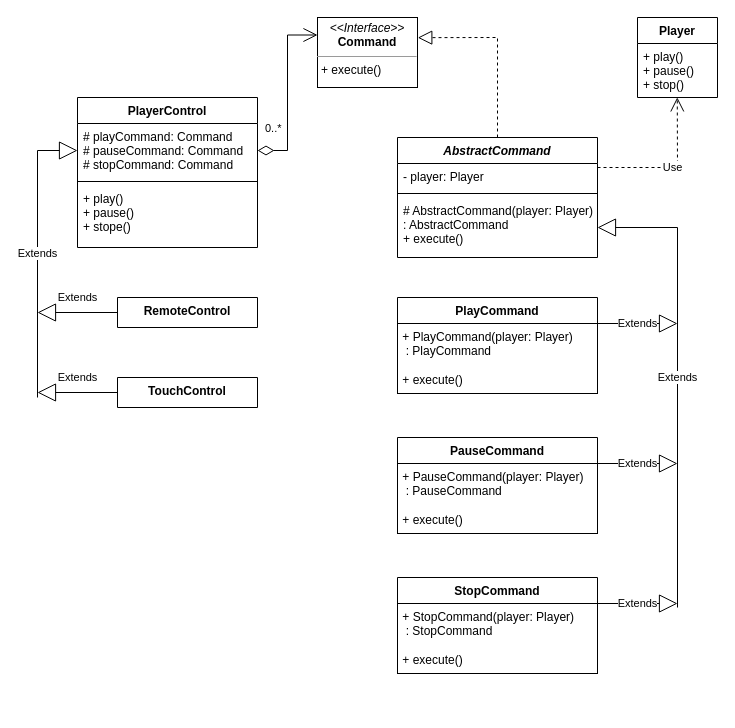
This is src/behavioral/command/command.drawio from SichniyAndriy/Avada_Task-5_Patterns, a draw.io file, before an edit. Source tidied: cells renumbered, new cells numbered last; positions are measured from the earlier drawing's top-left corner, leaving out a move shared by most shapes. Both pictures are drawn from the tidied source at 100%, with x=0, y=0 at pixel (37, 17).
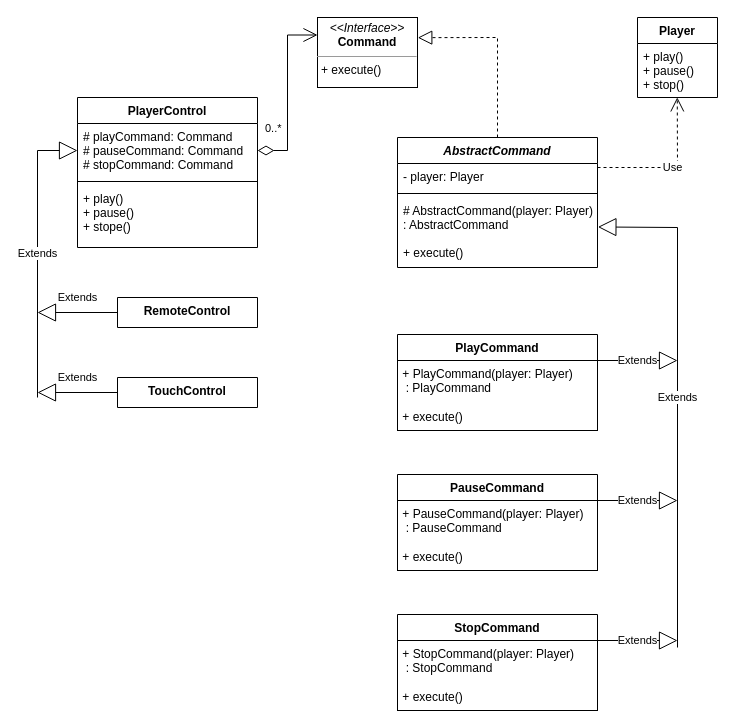
Above is the later version.

Commit message (it also covers changes not shown here):
add client's code in main

Diff of the diagram source:
```diff
@@
     <mxCell id="9" value="AbstractCommand" style="swimlane;fontStyle=3;align=center;verticalAlign=top;horizontal=1;startSize=26;" parent="1" vertex="1">
-      <mxGeometry x="360" y="120" width="200" height="120" as="geometry" />
+      <mxGeometry x="360" y="120" width="200" height="130" as="geometry" />
     </mxCell>
@@
-    <mxCell id="12" value="# AbstractCommand(player: Player) &#10;: AbstractCommand&#10;+ execute()" style="text;strokeColor=none;fillColor=none;align=left;verticalAlign=top;spacingLeft=4;spacingRight=4;overflow=hidden;points=[[0,0.5],[1,0.5]];portConstraint=eastwest;" parent="9" vertex="1">
-      <mxGeometry y="60" width="200" height="60" as="geometry" />
+    <mxCell id="12" value="# AbstractCommand(player: Player) &#10;: AbstractCommand&#10;&#10;+ execute()" style="text;strokeColor=none;fillColor=none;align=left;verticalAlign=top;spacingLeft=4;spacingRight=4;overflow=hidden;points=[[0,0.5],[1,0.5]];portConstraint=eastwest;" parent="9" vertex="1">
+      <mxGeometry y="60" width="200" height="70" as="geometry" />
     </mxCell>
@@
     <mxCell id="15" value="PlayCommand" style="swimlane;fontStyle=1;align=center;verticalAlign=top;horizontal=1;startSize=26;" parent="1" vertex="1">
-      <mxGeometry x="360" y="280" width="200" height="96" as="geometry" />
+      <mxGeometry x="360" y="317" width="200" height="96" as="geometry" />
     </mxCell>
@@
     <mxCell id="17" value="PauseCommand" style="swimlane;fontStyle=1;align=center;verticalAlign=top;horizontal=1;startSize=26;" parent="1" vertex="1">
-      <mxGeometry x="360" y="420" width="200" height="96" as="geometry" />
+      <mxGeometry x="360" y="457" width="200" height="96" as="geometry" />
     </mxCell>
@@
     <mxCell id="19" value="StopCommand" style="swimlane;fontStyle=1;align=center;verticalAlign=top;horizontal=1;startSize=26;" parent="1" vertex="1">
-      <mxGeometry x="360" y="560" width="200" height="96" as="geometry" />
+      <mxGeometry x="360" y="597" width="200" height="96" as="geometry" />
     </mxCell>
@@
-    <mxCell id="23" value="Extends" style="endArrow=block;endSize=16;endFill=0;html=1;rounded=0;entryX=1;entryY=0.5;entryDx=0;entryDy=0;" parent="1" edge="1" target="12">
+    <mxCell id="23" value="Extends" style="endArrow=block;endSize=16;endFill=0;html=1;rounded=0;entryX=1.002;entryY=0.421;entryDx=0;entryDy=0;entryPerimeter=0;" parent="1" edge="1" target="12">
       <mxGeometry relative="1" as="geometry">
-        <mxPoint x="640" y="590" as="sourcePoint" />
+        <mxPoint x="640" y="630" as="sourcePoint" />
         <Array as="points">
           <mxPoint x="640" y="210" />
         </Array>
       </mxGeometry>
     </mxCell>
     <mxCell id="24" value="Extends" style="endArrow=block;endSize=16;endFill=0;html=1;rounded=0;exitX=1;exitY=0;exitDx=0;exitDy=0;" parent="1" edge="1">
       <mxGeometry relative="1" as="geometry">
-        <mxPoint x="560" y="446" as="sourcePoint" />
-        <mxPoint x="640" y="446" as="targetPoint" />
+        <mxPoint x="560" y="483" as="sourcePoint" />
+        <mxPoint x="640" y="483" as="targetPoint" />
       </mxGeometry>
     </mxCell>
     <mxCell id="25" value="Extends" style="endArrow=block;endSize=16;endFill=0;html=1;rounded=0;exitX=1;exitY=0;exitDx=0;exitDy=0;" parent="1" edge="1">
       <mxGeometry relative="1" as="geometry">
-        <mxPoint x="560" y="586" as="sourcePoint" />
-        <mxPoint x="640" y="586" as="targetPoint" />
+        <mxPoint x="560" y="623" as="sourcePoint" />
+        <mxPoint x="640" y="623" as="targetPoint" />
       </mxGeometry>
     </mxCell>
     <mxCell id="26" value="Extends" style="endArrow=block;endSize=16;endFill=0;html=1;rounded=0;exitX=1;exitY=0;exitDx=0;exitDy=0;" parent="1" edge="1">
       <mxGeometry relative="1" as="geometry">
-        <mxPoint x="560" y="306" as="sourcePoint" />
-        <mxPoint x="640" y="306" as="targetPoint" />
+        <mxPoint x="560" y="343" as="sourcePoint" />
+        <mxPoint x="640" y="343" as="targetPoint" />
       </mxGeometry>
     </mxCell>
```
